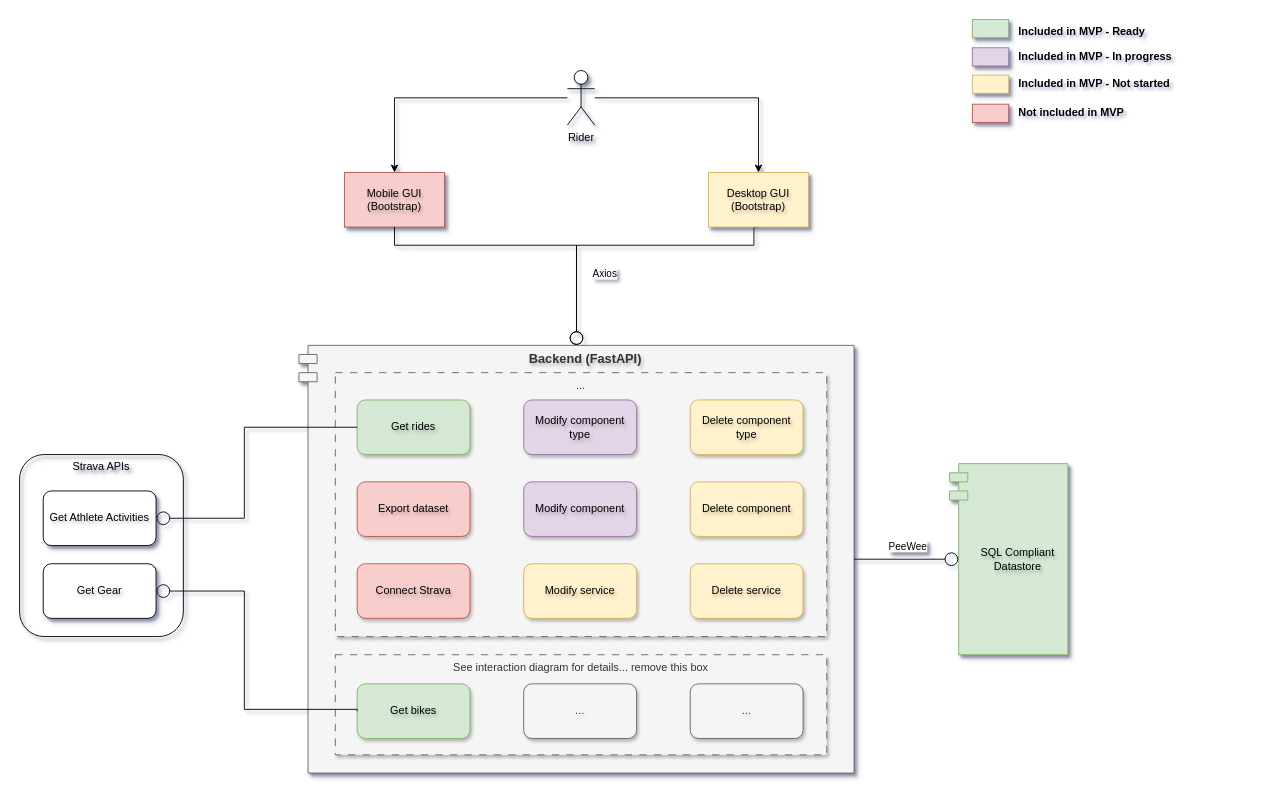
This is page "System overview" (1 of 7) of docs/all_diagrams.drawio from xivind/velo-supervisor-2000, a draw.io file, before an edit. Source tidied: cells renumbered, new cells numbered last; positions are measured from the earlier drawing's top-left corner, leaving out a move shared by most shapes. Both pictures are drawn from the tidied source at 91%, with x=0, y=0 at pixel (19, 17).
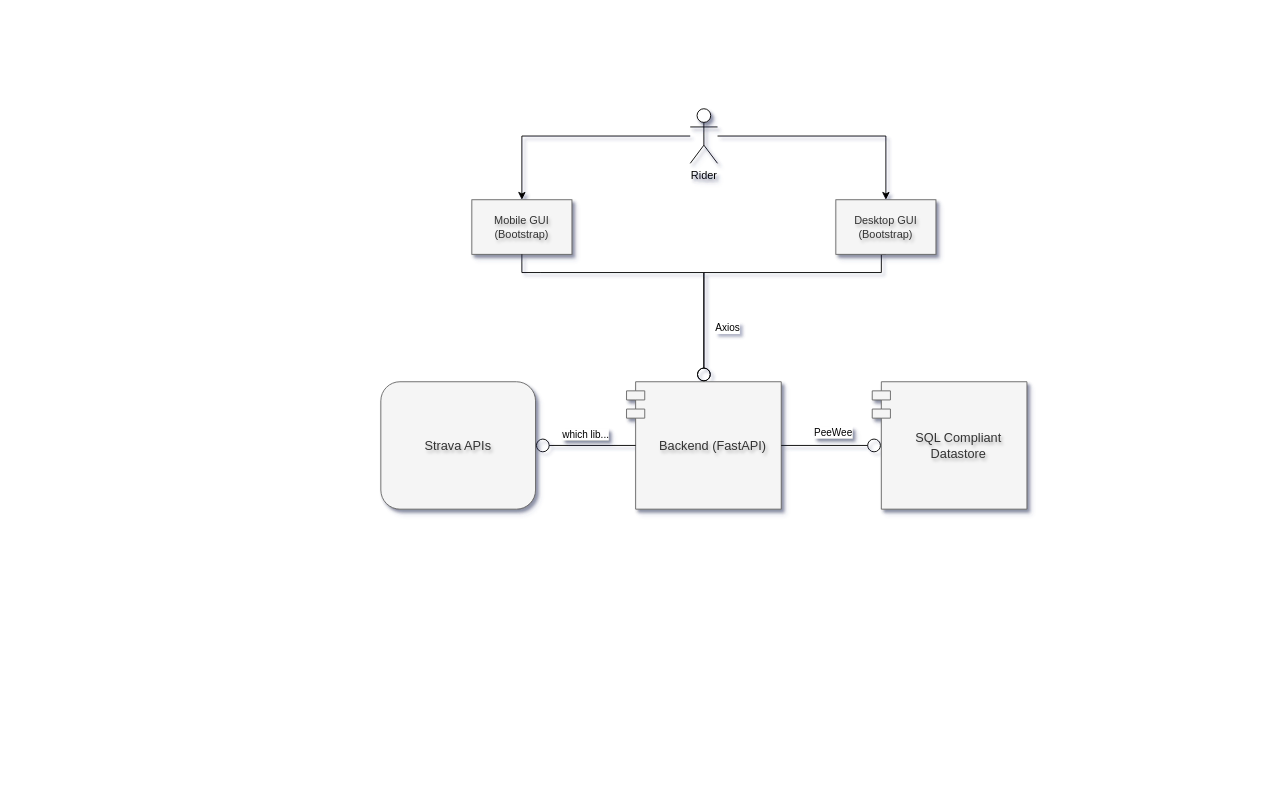
The same diagram, later.

What changed in the source:
```diff
@@
-    <mxCell id="2" value="Mobile GUI (Bootstrap)" style="rounded=0;whiteSpace=wrap;html=1;fillColor=#f8cecc;strokeColor=#b85450;verticalAlign=middle;textShadow=1;shadow=1;" parent="1" vertex="1">
-      <mxGeometry x="357" y="170" width="110" height="60" as="geometry" />
+    <mxCell id="2" value="Mobile GUI (Bootstrap)" style="rounded=0;whiteSpace=wrap;html=1;verticalAlign=middle;textShadow=1;shadow=1;fillColor=#f5f5f5;fontColor=#333333;strokeColor=#666666;" parent="1" vertex="1">
+      <mxGeometry x="497" y="200" width="110" height="60" as="geometry" />
     </mxCell>
     <mxCell id="3" style="edgeStyle=orthogonalEdgeStyle;rounded=0;jettySize=auto;html=1;endArrow=circle;endFill=0;textShadow=1;exitX=0.5;exitY=1;exitDx=0;exitDy=0;entryX=0.5;entryY=0;entryDx=0;entryDy=0;" parent="1" edge="1" source="5" target="6">
       <mxGeometry relative="1" as="geometry">
         <Array as="points">
-          <mxPoint x="807" y="230" />
-          <mxPoint x="807" y="250" />
-          <mxPoint x="612" y="250" />
+          <mxPoint x="947" y="260" />
+          <mxPoint x="947" y="280" />
+          <mxPoint x="752" y="280" />
         </Array>
       </mxGeometry>
     </mxCell>
     <mxCell id="4" value="Axios" style="edgeLabel;html=1;align=center;verticalAlign=middle;" parent="3" vertex="1">
       <mxGeometry x="0.06" y="-3" relative="1" as="geometry">
-        <mxPoint x="-15" y="33" as="offset" />
+        <mxPoint x="-15" y="63" as="offset" />
       </mxGeometry>
     </mxCell>
-    <mxCell id="5" value="Desktop GUI (Bootstrap)" style="rounded=0;whiteSpace=wrap;html=1;verticalAlign=middle;textShadow=1;shadow=1;fillColor=#fff2cc;strokeColor=#d6b656;" parent="1" vertex="1">
-      <mxGeometry x="757" y="170" width="110" height="60" as="geometry" />
+    <mxCell id="5" value="Desktop GUI (Bootstrap)" style="rounded=0;whiteSpace=wrap;html=1;verticalAlign=middle;textShadow=1;shadow=1;fillColor=#f5f5f5;fontColor=#333333;strokeColor=#666666;" parent="1" vertex="1">
+      <mxGeometry x="897" y="200" width="110" height="60" as="geometry" />
     </mxCell>
-    <mxCell id="6" value="Backend (FastAPI)" style="shape=module;align=left;spacingLeft=20;align=center;verticalAlign=top;whiteSpace=wrap;html=1;textShadow=1;shadow=1;fillColor=#f5f5f5;fontColor=#333333;strokeColor=#666666;fontSize=14;fontStyle=1;" parent="1" vertex="1">
-      <mxGeometry x="307" y="360" width="610" height="470" as="geometry" />
+    <mxCell id="6" value="Backend (FastAPI)" style="shape=module;align=left;spacingLeft=20;align=center;verticalAlign=middle;whiteSpace=wrap;html=1;textShadow=1;shadow=1;fontSize=14;fontStyle=0;fillColor=#f5f5f5;fontColor=#333333;strokeColor=#666666;" parent="1" vertex="1">
+      <mxGeometry x="667" y="400" width="170" height="140" as="geometry" />
     </mxCell>
@@
     <mxCell id="9" value="Rider" style="shape=umlActor;verticalLabelPosition=bottom;verticalAlign=top;html=1;textShadow=1;shadow=1;" parent="1" vertex="1">
-      <mxGeometry x="602" y="58" width="30" height="60" as="geometry" />
+      <mxGeometry x="737" y="100" width="30" height="60" as="geometry" />
     </mxCell>
-    <mxCell id="10" value="Strava APIs" style="rounded=1;whiteSpace=wrap;html=1;fillColor=none;textShadow=1;shadow=1;verticalAlign=top;" parent="1" vertex="1">
-      <mxGeometry y="480" width="180" height="200" as="geometry" />
+    <mxCell id="10" value="Strava APIs" style="rounded=1;whiteSpace=wrap;html=1;fillColor=#f5f5f5;textShadow=1;shadow=1;verticalAlign=middle;fontSize=14;fontColor=#333333;strokeColor=#666666;" parent="1" vertex="1">
+      <mxGeometry x="397" y="400" width="170" height="140" as="geometry" />
     </mxCell>
-    <mxCell id="11" value="Get Athlete Activities" style="rounded=1;whiteSpace=wrap;html=1;textShadow=1;shadow=1;verticalAlign=middle;" parent="1" vertex="1">
-      <mxGeometry x="26" y="520" width="124" height="60" as="geometry" />
-    </mxCell>
-    <mxCell id="12" value="Get Gear" style="rounded=1;whiteSpace=wrap;html=1;textShadow=1;shadow=1;verticalAlign=middle;" parent="1" vertex="1">
-      <mxGeometry x="26" y="600" width="124" height="60" as="geometry" />
-    </mxCell>
     <mxCell id="13" style="edgeStyle=orthogonalEdgeStyle;rounded=0;jettySize=auto;html=1;endArrow=circle;endFill=0;textShadow=1;exitX=0.5;exitY=1;exitDx=0;exitDy=0;entryX=0.5;entryY=0;entryDx=0;entryDy=0;" parent="1" edge="1" source="2" target="6">
       <mxGeometry relative="1" as="geometry">
         <Array as="points">
-          <mxPoint x="432" y="250" />
-          <mxPoint x="622" y="250" />
+          <mxPoint x="572" y="280" />
+          <mxPoint x="762" y="280" />
         </Array>
       </mxGeometry>
     </mxCell>
-    <mxCell id="14" value="SQL Compliant Datastore" style="shape=module;align=left;spacingLeft=20;align=center;verticalAlign=middle;whiteSpace=wrap;html=1;fillColor=#d5e8d4;strokeColor=#82b366;textShadow=1;shadow=1;" parent="1" vertex="1">
-      <mxGeometry x="1022" y="490" width="130" height="210" as="geometry" />
+    <mxCell id="14" value="SQL Compliant Datastore" style="shape=module;align=left;spacingLeft=20;align=center;verticalAlign=middle;whiteSpace=wrap;html=1;textShadow=1;shadow=1;fontSize=14;fillColor=#f5f5f5;fontColor=#333333;strokeColor=#666666;" parent="1" vertex="1">
+      <mxGeometry x="937" y="400" width="170" height="140" as="geometry" />
     </mxCell>
@@
-    <mxCell id="17" style="rounded=0;whiteSpace=wrap;html=1;verticalAlign=middle;textShadow=1;shadow=1;fillColor=#fff2cc;strokeColor=#d6b656;" parent="1" vertex="1">
-      <mxGeometry x="1047" y="63" width="40" height="20" as="geometry" />
-    </mxCell>
-    <mxCell id="18" value="Included in MVP - Ready" style="text;html=1;align=left;verticalAlign=middle;whiteSpace=wrap;rounded=0;fontStyle=1;" parent="1" vertex="1">
-      <mxGeometry x="1096" width="231" height="30" as="geometry" />
-    </mxCell>
-    <mxCell id="19" style="rounded=0;whiteSpace=wrap;html=1;verticalAlign=middle;textShadow=1;shadow=1;fillColor=#d5e8d4;strokeColor=#82b366;" parent="1" vertex="1">
-      <mxGeometry x="1047" y="2" width="40" height="20" as="geometry" />
-    </mxCell>
-    <mxCell id="20" value="Included in MVP - Not started" style="text;html=1;align=left;verticalAlign=middle;whiteSpace=wrap;rounded=0;fontStyle=1;" parent="1" vertex="1">
-      <mxGeometry x="1096" y="58" width="251" height="30" as="geometry" />
-    </mxCell>
-    <mxCell id="21" style="rounded=0;whiteSpace=wrap;html=1;verticalAlign=middle;textShadow=1;shadow=1;fillColor=#f8cecc;strokeColor=#b85450;" parent="1" vertex="1">
-      <mxGeometry x="1047" y="95" width="40" height="20" as="geometry" />
-    </mxCell>
-    <mxCell id="22" value="Not included in MVP" style="text;html=1;align=left;verticalAlign=middle;whiteSpace=wrap;rounded=0;fontStyle=1;" parent="1" vertex="1">
-      <mxGeometry x="1096" y="90" width="160" height="30" as="geometry" />
-    </mxCell>
-    <mxCell id="23" style="rounded=0;whiteSpace=wrap;html=1;verticalAlign=middle;textShadow=1;shadow=1;fillColor=#e1d5e7;strokeColor=#9673a6;" parent="1" vertex="1">
-      <mxGeometry x="1047" y="33" width="40" height="20" as="geometry" />
-    </mxCell>
-    <mxCell id="24" value="Included in MVP - In progress" style="text;html=1;align=left;verticalAlign=middle;whiteSpace=wrap;rounded=0;fontStyle=1;" parent="1" vertex="1">
-      <mxGeometry x="1096" y="28" width="200" height="30" as="geometry" />
-    </mxCell>
-    <mxCell id="25" value="..." style="rounded=0;whiteSpace=wrap;html=1;verticalAlign=top;dashed=1;dashPattern=8 8;fillColor=#f5f5f5;fontColor=#333333;strokeColor=#666666;glass=0;shadow=1;" parent="1" vertex="1">
-      <mxGeometry x="347" y="390" width="540" height="290" as="geometry" />
-    </mxCell>
-    <mxCell id="26" value="Export dataset" style="rounded=1;whiteSpace=wrap;html=1;textShadow=1;shadow=1;verticalAlign=middle;fillColor=#f8cecc;strokeColor=#b85450;" parent="1" vertex="1">
-      <mxGeometry x="371" y="510" width="124" height="60" as="geometry" />
-    </mxCell>
-    <mxCell id="27" value="Get rides" style="rounded=1;whiteSpace=wrap;html=1;textShadow=1;shadow=1;verticalAlign=middle;fillColor=#d5e8d4;strokeColor=#82b366;" parent="1" vertex="1">
-      <mxGeometry x="371" y="420" width="124" height="60" as="geometry" />
-    </mxCell>
-    <mxCell id="28" value="Connect Strava" style="rounded=1;whiteSpace=wrap;html=1;textShadow=1;shadow=1;verticalAlign=middle;fillColor=#f8cecc;strokeColor=#b85450;" parent="1" vertex="1">
-      <mxGeometry x="371" y="600" width="124" height="60" as="geometry" />
-    </mxCell>
-    <mxCell id="29" value="See interaction diagram for details... remove this box" style="rounded=0;whiteSpace=wrap;html=1;verticalAlign=top;dashed=1;dashPattern=8 8;fillColor=#f5f5f5;fontColor=#333333;strokeColor=#666666;glass=0;shadow=1;" parent="1" vertex="1">
-      <mxGeometry x="347" y="700" width="540" height="110" as="geometry" />
-    </mxCell>
-    <mxCell id="30" value="Get bikes" style="rounded=1;whiteSpace=wrap;html=1;textShadow=1;shadow=1;verticalAlign=middle;fillColor=#d5e8d4;strokeColor=#82b366;" parent="1" vertex="1">
-      <mxGeometry x="371" y="732" width="124" height="60" as="geometry" />
-    </mxCell>
-    <mxCell id="31" style="edgeStyle=orthogonalEdgeStyle;rounded=0;jettySize=auto;html=1;endArrow=circle;endFill=0;textShadow=1;exitX=0;exitY=0.5;exitDx=0;exitDy=0;entryX=1;entryY=0.5;entryDx=0;entryDy=0;" parent="1" edge="1" source="30" target="12">
-      <mxGeometry relative="1" as="geometry">
-        <Array as="points">
-          <mxPoint x="371" y="760" />
-          <mxPoint x="247" y="760" />
-          <mxPoint x="247" y="630" />
-        </Array>
-      </mxGeometry>
-    </mxCell>
-    <mxCell id="32" style="edgeStyle=orthogonalEdgeStyle;rounded=0;jettySize=auto;html=1;endArrow=circle;endFill=0;textShadow=1;exitX=0;exitY=0.5;exitDx=0;exitDy=0;" parent="1" edge="1" source="27" target="11">
-      <mxGeometry relative="1" as="geometry">
-        <Array as="points">
-          <mxPoint x="247" y="450" />
-          <mxPoint x="247" y="550" />
-        </Array>
-      </mxGeometry>
-    </mxCell>
-    <mxCell id="33" value="Modify component type" style="rounded=1;whiteSpace=wrap;html=1;textShadow=1;shadow=1;verticalAlign=middle;fillColor=#e1d5e7;strokeColor=#9673a6;" parent="1" vertex="1">
-      <mxGeometry x="554" y="420" width="124" height="60" as="geometry" />
-    </mxCell>
-    <mxCell id="34" value="Delete component type" style="rounded=1;whiteSpace=wrap;html=1;textShadow=1;shadow=1;verticalAlign=middle;fillColor=#fff2cc;strokeColor=#d6b656;" parent="1" vertex="1">
-      <mxGeometry x="737" y="420" width="124" height="60" as="geometry" />
-    </mxCell>
-    <mxCell id="35" value="Modify component" style="rounded=1;whiteSpace=wrap;html=1;textShadow=1;shadow=1;verticalAlign=middle;fillColor=#e1d5e7;strokeColor=#9673a6;" parent="1" vertex="1">
-      <mxGeometry x="554" y="510" width="124" height="60" as="geometry" />
-    </mxCell>
-    <mxCell id="36" value="Modify service" style="rounded=1;whiteSpace=wrap;html=1;textShadow=1;shadow=1;verticalAlign=middle;fillColor=#fff2cc;strokeColor=#d6b656;" parent="1" vertex="1">
-      <mxGeometry x="554" y="600" width="124" height="60" as="geometry" />
-    </mxCell>
-    <mxCell id="37" value="Delete component" style="rounded=1;whiteSpace=wrap;html=1;textShadow=1;shadow=1;verticalAlign=middle;fillColor=#fff2cc;strokeColor=#d6b656;" parent="1" vertex="1">
-      <mxGeometry x="737" y="510" width="124" height="60" as="geometry" />
-    </mxCell>
-    <mxCell id="38" value="Delete service" style="rounded=1;whiteSpace=wrap;html=1;textShadow=1;shadow=1;verticalAlign=middle;fillColor=#fff2cc;strokeColor=#d6b656;" parent="1" vertex="1">
-      <mxGeometry x="737" y="600" width="124" height="60" as="geometry" />
-    </mxCell>
-    <mxCell id="39" value="..." style="rounded=1;whiteSpace=wrap;html=1;textShadow=1;shadow=1;verticalAlign=middle;fillColor=#f5f5f5;fontColor=#333333;strokeColor=#666666;" parent="1" vertex="1">
-      <mxGeometry x="554" y="732" width="124" height="60" as="geometry" />
-    </mxCell>
-    <mxCell id="40" value="..." style="rounded=1;whiteSpace=wrap;html=1;textShadow=1;shadow=1;verticalAlign=middle;fillColor=#f5f5f5;strokeColor=#666666;fontColor=#333333;" parent="1" vertex="1">
-      <mxGeometry x="737" y="732" width="124" height="60" as="geometry" />
-    </mxCell>
+    <mxCell id="41" style="edgeStyle=orthogonalEdgeStyle;rounded=0;jettySize=auto;html=1;endArrow=circle;endFill=0;exitX=0;exitY=0.5;exitDx=10;exitDy=0;entryX=1;entryY=0.5;entryDx=0;entryDy=0;textShadow=1;exitPerimeter=0;" parent="1" edge="1" source="6" target="10">
+      <mxGeometry relative="1" as="geometry" />
+    </mxCell>
+    <mxCell id="42" value="which lib..." style="edgeLabel;html=1;align=center;verticalAlign=middle;textShadow=1;" parent="41" vertex="1">
+      <mxGeometry x="0.01" y="1" relative="1" as="geometry">
+        <mxPoint y="-14" as="offset" />
+      </mxGeometry>
+    </mxCell>
```
